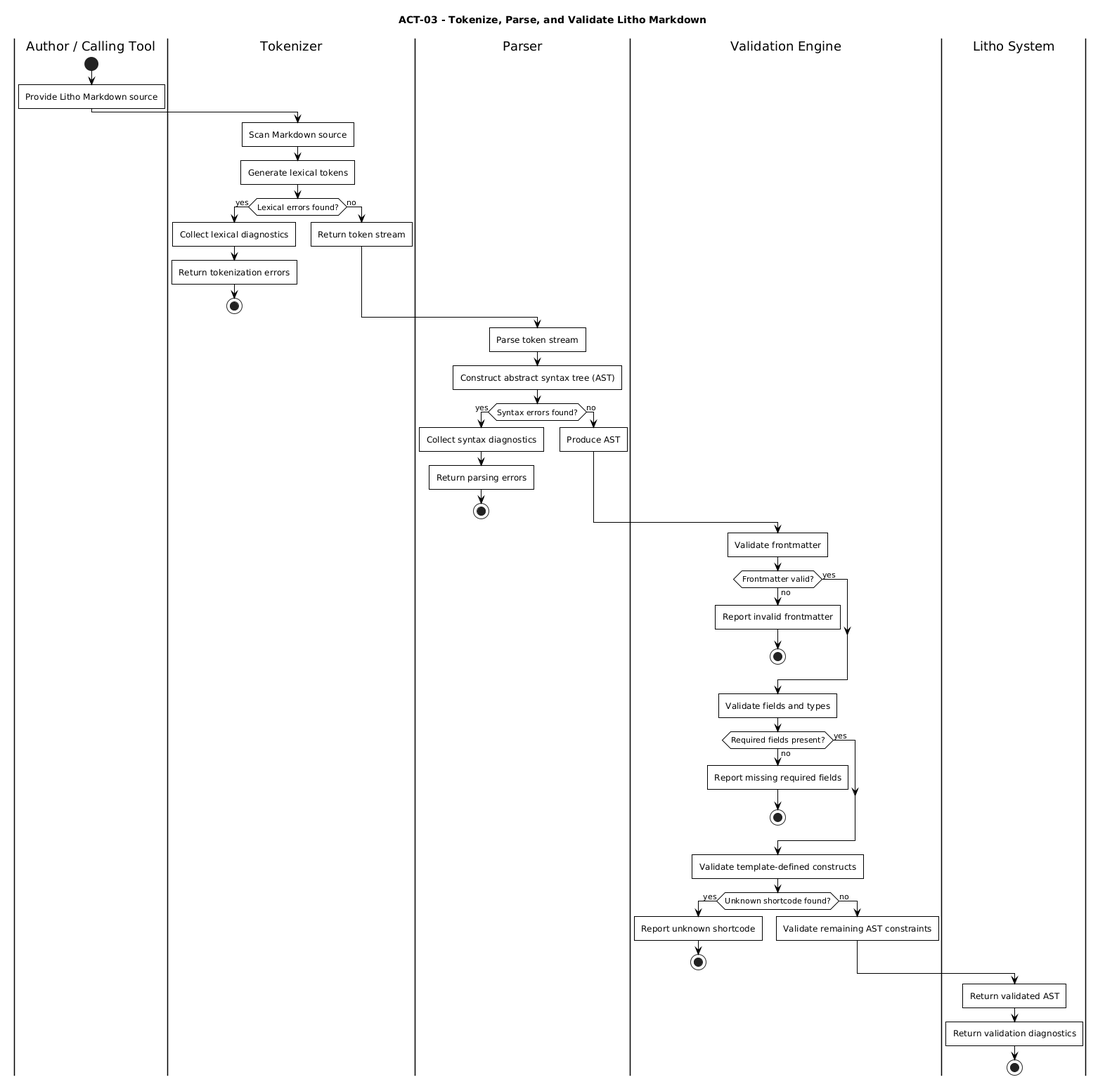
Litho-MD/uet-fyp-docs keeps this PlantUML diagram as Figures/activity/03-parse-validate.png. Above is the earlier version.
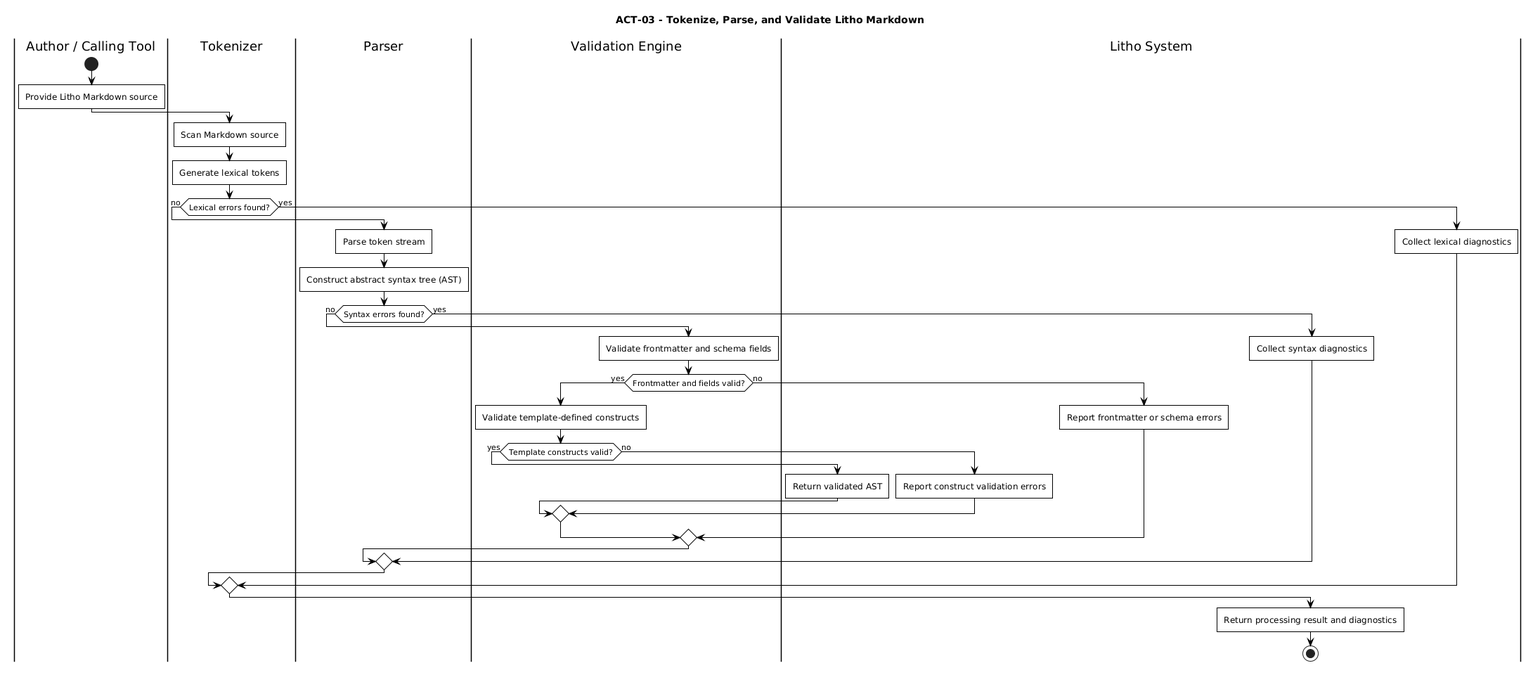
After the commit.

Diff of the diagram source:
```diff
@@ -24,50 +24,36 @@
 |Tokenizer|
 :Scan Markdown source;
 :Generate lexical tokens;
-if (Lexical errors found?) then (yes)
+if (Lexical errors found?) then (no)
+    |Parser|
+    :Parse token stream;
+    :Construct abstract syntax tree (AST);
+    if (Syntax errors found?) then (no)
+        |Validation Engine|
+        :Validate frontmatter and schema fields;
+        if (Frontmatter and fields valid?) then (yes)
+            :Validate template-defined constructs;
+            if (Template constructs valid?) then (yes)
+                |Litho System|
+                :Return validated AST;
+            else (no)
+                |Litho System|
+                :Report construct validation errors;
+            endif
+        else (no)
+            |Litho System|
+            :Report frontmatter or schema errors;
+        endif
+    else (yes)
+        |Litho System|
+        :Collect syntax diagnostics;
+    endif
+else (yes)
+    |Litho System|
     :Collect lexical diagnostics;
-    :Return tokenization errors;
-    stop
-else (no)
-    :Return token stream;
-endif
-
-|Parser|
-:Parse token stream;
-:Construct abstract syntax tree (AST);
-if (Syntax errors found?) then (yes)
-    :Collect syntax diagnostics;
-    :Return parsing errors;
-    stop
-else (no)
-    :Produce AST;
-endif
-
-|Validation Engine|
-:Validate frontmatter;
-if (Frontmatter valid?) then (yes)
-else (no)
-    :Report invalid frontmatter;
-    stop
-endif
-
-:Validate fields and types;
-if (Required fields present?) then (yes)
-else (no)
-    :Report missing required fields;
-    stop
-endif
-
-:Validate template-defined constructs;
-if (Unknown shortcode found?) then (yes)
-    :Report unknown shortcode;
-    stop
-else (no)
-    :Validate remaining AST constraints;
 endif
 
 |Litho System|
-:Return validated AST;
-:Return validation diagnostics;
+:Return processing result and diagnostics;
 stop
 @enduml
```
